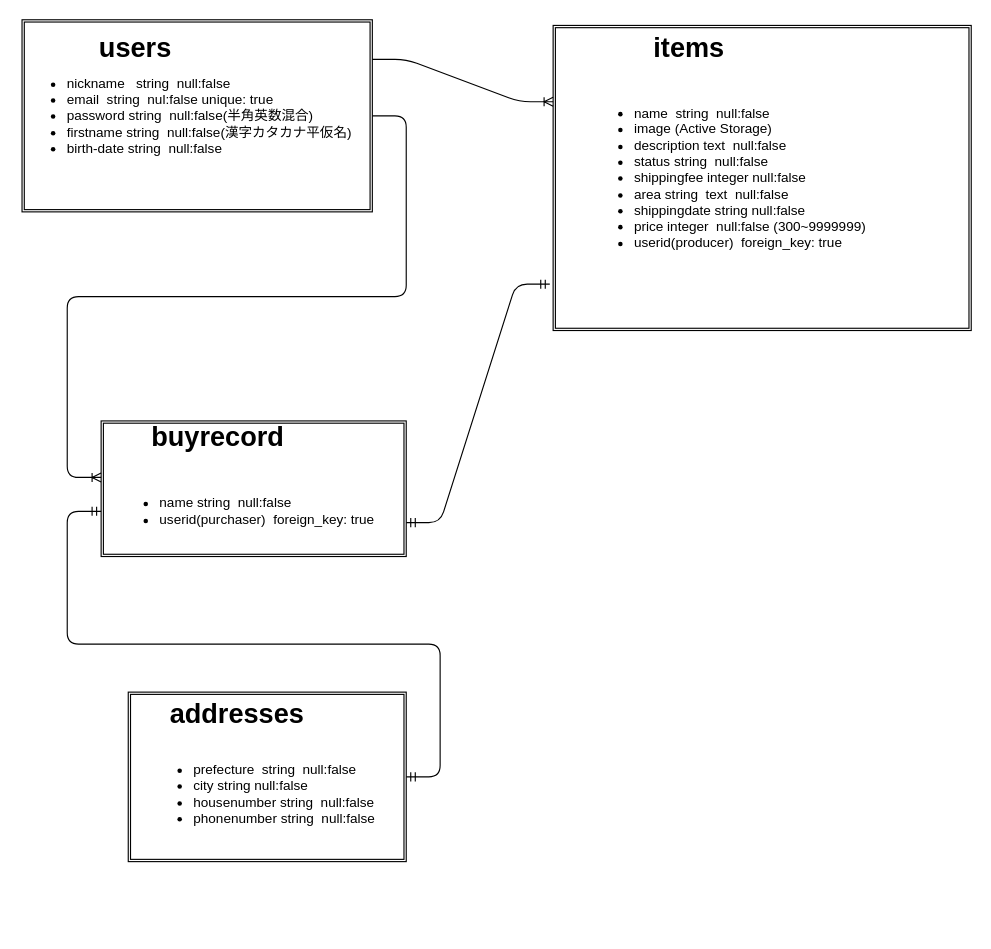
This is config/DB.dio from yurayura420/furima-33933, a draw.io file, before an edit. Source tidied: cells renumbered, new cells numbered last; positions are measured from the earlier drawing's top-left corner, leaving out a move shared by most shapes. Both pictures are drawn from the tidied source at 113%, with x=0, y=0 at pixel (19, 19).
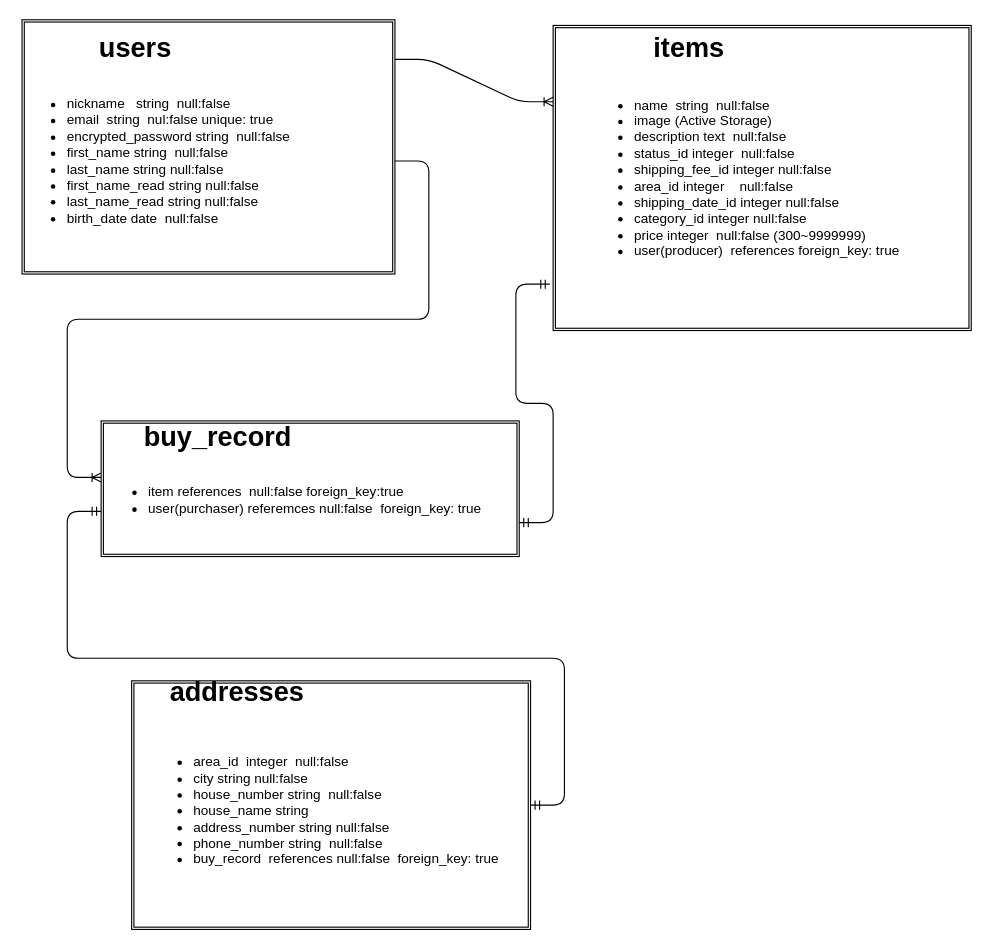
After the change.

What changed in the source:
```diff
@@
 <mxGraphModel>
   <root>
     <mxCell id="0" />
     <mxCell id="1" parent="0" />
     <mxCell id="2" style="shape=ext;double=1;rounded=0;whiteSpace=wrap;html=1;" parent="1" vertex="1">
-      <mxGeometry x="2" width="310" height="170" as="geometry" />
+      <mxGeometry x="2" width="330" height="225" as="geometry" />
     </mxCell>
     <mxCell id="3" value="users" style="text;strokeColor=none;fillColor=none;html=1;fontSize=24;fontStyle=1;verticalAlign=middle;align=center;" parent="1" vertex="1">
       <mxGeometry x="52" y="5" width="100" height="40" as="geometry" />
     </mxCell>
-    <mxCell id="4" value="&lt;ul&gt;&lt;li&gt;nickname&amp;nbsp; &amp;nbsp;string&amp;nbsp; null:false&lt;/li&gt;&lt;li&gt;email&amp;nbsp; string&amp;nbsp; nul:false unique: true&lt;/li&gt;&lt;li&gt;password string&amp;nbsp; null:false(半角英数混合)&lt;/li&gt;&lt;li&gt;firstname string&amp;nbsp; null:false(漢字カタカナ平仮名)&lt;/li&gt;&lt;li&gt;birth-date string&amp;nbsp; null:false&lt;/li&gt;&lt;/ul&gt;" style="text;strokeColor=none;fillColor=none;html=1;whiteSpace=wrap;verticalAlign=middle;overflow=hidden;" parent="1" vertex="1">
-      <mxGeometry x="-0.5" y="35" width="312.5" height="100" as="geometry" />
+    <mxCell id="4" value="&lt;ul&gt;&lt;li&gt;nickname&amp;nbsp; &amp;nbsp;string&amp;nbsp; null:false&lt;/li&gt;&lt;li&gt;email&amp;nbsp; string&amp;nbsp; nul:false unique: true&lt;/li&gt;&lt;li&gt;encrypted_password string&amp;nbsp; null:false&lt;/li&gt;&lt;li&gt;first_name string&amp;nbsp; null:false&lt;/li&gt;&lt;li&gt;last_name string null:false&lt;/li&gt;&lt;li&gt;first_name_read string null:false&lt;/li&gt;&lt;li&gt;last_name_read string null:false&lt;/li&gt;&lt;li&gt;birth_date date&amp;nbsp; null:false&lt;/li&gt;&lt;/ul&gt;" style="text;strokeColor=none;fillColor=none;html=1;whiteSpace=wrap;verticalAlign=middle;overflow=hidden;" parent="1" vertex="1">
+      <mxGeometry x="-0.5" y="35" width="332.5" height="180" as="geometry" />
     </mxCell>
     <mxCell id="5" style="shape=ext;double=1;rounded=0;whiteSpace=wrap;html=1;" parent="1" vertex="1">
       <mxGeometry x="472" y="5" width="370" height="270" as="geometry" />
     </mxCell>
     <mxCell id="6" value="items" style="text;strokeColor=none;fillColor=none;html=1;fontSize=24;fontStyle=1;verticalAlign=middle;align=center;" parent="1" vertex="1">
       <mxGeometry x="542" y="15" width="100" height="20" as="geometry" />
     </mxCell>
-    <mxCell id="7" value="&lt;ul&gt;&lt;li&gt;name&amp;nbsp; string&amp;nbsp; null:false&lt;/li&gt;&lt;li&gt;image (Active Storage)&lt;/li&gt;&lt;li&gt;description text&amp;nbsp; null:false&lt;br&gt;&lt;/li&gt;&lt;li&gt;status string&amp;nbsp; null:false&lt;/li&gt;&lt;li&gt;shippingfee integer null:false&lt;br&gt;&lt;/li&gt;&lt;li&gt;area string&amp;nbsp; text&amp;nbsp; null:false&lt;/li&gt;&lt;li&gt;shippingdate string null:false&lt;br&gt;&lt;/li&gt;&lt;li&gt;price integer&amp;nbsp; null:false (300~9999999)&lt;/li&gt;&lt;li&gt;userid(producer)&amp;nbsp; foreign_key: true&lt;/li&gt;&lt;/ul&gt;" style="text;strokeColor=none;fillColor=none;html=1;whiteSpace=wrap;verticalAlign=middle;overflow=hidden;" parent="1" vertex="1">
-      <mxGeometry x="502" y="35" width="270" height="210" as="geometry" />
+    <mxCell id="7" value="&lt;ul&gt;&lt;li&gt;name&amp;nbsp; string&amp;nbsp; null:false&lt;/li&gt;&lt;li&gt;image (Active Storage)&lt;/li&gt;&lt;li&gt;description text&amp;nbsp; null:false&lt;br&gt;&lt;/li&gt;&lt;li&gt;status_id integer&amp;nbsp; null:false&lt;/li&gt;&lt;li&gt;shipping_fee_id integer null:false&lt;br&gt;&lt;/li&gt;&lt;li&gt;area_id integer&amp;nbsp; &amp;nbsp; null:false&lt;/li&gt;&lt;li&gt;shipping_date_id integer null:false&lt;br&gt;&lt;/li&gt;&lt;li&gt;category_id integer null:false&lt;/li&gt;&lt;li&gt;price integer&amp;nbsp; null:false (300~9999999)&lt;/li&gt;&lt;li&gt;user(producer)&amp;nbsp; references foreign_key: true&lt;/li&gt;&lt;/ul&gt;" style="text;strokeColor=none;fillColor=none;html=1;whiteSpace=wrap;verticalAlign=middle;overflow=hidden;" parent="1" vertex="1">
+      <mxGeometry x="502" y="35" width="300" height="210" as="geometry" />
     </mxCell>
     <mxCell id="8" style="shape=ext;double=1;rounded=0;whiteSpace=wrap;html=1;" parent="1" vertex="1">
-      <mxGeometry x="72" y="355" width="270" height="120" as="geometry" />
+      <mxGeometry x="72" y="355" width="370" height="120" as="geometry" />
     </mxCell>
-    <mxCell id="9" value="buyrecord" style="text;strokeColor=none;fillColor=none;html=1;fontSize=24;fontStyle=1;verticalAlign=middle;align=center;" parent="1" vertex="1">
+    <mxCell id="9" value="buy_record" style="text;strokeColor=none;fillColor=none;html=1;fontSize=24;fontStyle=1;verticalAlign=middle;align=center;" parent="1" vertex="1">
       <mxGeometry x="107" y="355" width="135" height="30" as="geometry" />
     </mxCell>
-    <mxCell id="10" value="&lt;ul&gt;&lt;li&gt;name string&amp;nbsp; null:false&lt;/li&gt;&lt;li&gt;userid(purchaser)&amp;nbsp; foreign_key: true&lt;/li&gt;&lt;/ul&gt;" style="text;strokeColor=none;fillColor=none;html=1;whiteSpace=wrap;verticalAlign=middle;overflow=hidden;" parent="1" vertex="1">
-      <mxGeometry x="82" y="395" width="250" height="80" as="geometry" />
+    <mxCell id="10" value="&lt;ul&gt;&lt;li&gt;item references&amp;nbsp; null:false foreign_key:true&lt;/li&gt;&lt;li&gt;user(purchaser) referemces null:false&amp;nbsp; foreign_key: true&lt;/li&gt;&lt;/ul&gt;" style="text;strokeColor=none;fillColor=none;html=1;whiteSpace=wrap;verticalAlign=middle;overflow=hidden;" parent="1" vertex="1">
+      <mxGeometry x="72" y="385" width="350" height="80" as="geometry" />
     </mxCell>
     <mxCell id="11" style="shape=ext;double=1;rounded=0;whiteSpace=wrap;html=1;" parent="1" vertex="1">
-      <mxGeometry x="96" y="595" width="246" height="150" as="geometry" />
+      <mxGeometry x="99" y="585" width="353" height="220" as="geometry" />
     </mxCell>
     <mxCell id="12" value="addresses" style="text;strokeColor=none;fillColor=none;html=1;fontSize=24;fontStyle=1;verticalAlign=middle;align=center;" parent="1" vertex="1">
-      <mxGeometry x="142" y="595" width="100" height="40" as="geometry" />
+      <mxGeometry x="142" y="575" width="100" height="40" as="geometry" />
     </mxCell>
-    <mxCell id="13" value="&lt;ul&gt;&lt;li&gt;prefecture&amp;nbsp; string&amp;nbsp; null:false&lt;br&gt;&lt;/li&gt;&lt;li&gt;city string null:false&lt;/li&gt;&lt;li&gt;housenumber string&amp;nbsp; null:false&amp;nbsp;&lt;/li&gt;&lt;li&gt;phonenumber string&amp;nbsp; null:false&lt;/li&gt;&lt;/ul&gt;" style="text;strokeColor=none;fillColor=none;html=1;whiteSpace=wrap;verticalAlign=middle;overflow=hidden;" parent="1" vertex="1">
-      <mxGeometry x="112" y="635" width="210" height="100" as="geometry" />
+    <mxCell id="13" value="&lt;ul&gt;&lt;li&gt;area_id&amp;nbsp; integer&amp;nbsp; null:false&lt;br&gt;&lt;/li&gt;&lt;li&gt;city string null:false&lt;/li&gt;&lt;li&gt;house_number string&amp;nbsp; null:false&lt;/li&gt;&lt;li&gt;house_name string&lt;/li&gt;&lt;li&gt;address_number string null:false&lt;/li&gt;&lt;li&gt;phone_number string&amp;nbsp; null:false&lt;/li&gt;&lt;li&gt;buy_record&amp;nbsp; references null:false&amp;nbsp; foreign_key: true&lt;/li&gt;&lt;/ul&gt;" style="text;strokeColor=none;fillColor=none;html=1;whiteSpace=wrap;verticalAlign=middle;overflow=hidden;" parent="1" vertex="1">
+      <mxGeometry x="112" y="615" width="320" height="170" as="geometry" />
     </mxCell>
     <mxCell id="14" style="edgeStyle=entityRelationEdgeStyle;fontSize=12;html=1;endArrow=ERmandOne;startArrow=ERmandOne;exitX=1;exitY=0.75;exitDx=0;exitDy=0;entryX=-0.008;entryY=0.848;entryDx=0;entryDy=0;entryPerimeter=0;" parent="1" edge="1" source="8" target="5">
       <mxGeometry relative="1" as="geometry" />
     </mxCell>
     <mxCell id="15" style="edgeStyle=entityRelationEdgeStyle;fontSize=12;html=1;endArrow=ERoneToMany;" parent="1" edge="1" source="4">
       <mxGeometry relative="1" as="geometry">
         <mxPoint x="72" y="405" as="targetPoint" />
       </mxGeometry>
     </mxCell>
     <mxCell id="16" style="edgeStyle=entityRelationEdgeStyle;fontSize=12;html=1;endArrow=ERoneToMany;entryX=0;entryY=0.25;entryDx=0;entryDy=0;" parent="1" edge="1" target="5">
       <mxGeometry relative="1" as="geometry">
-        <mxPoint x="312" y="35" as="sourcePoint" />
+        <mxPoint x="332" y="35" as="sourcePoint" />
       </mxGeometry>
     </mxCell>
     <mxCell id="17" style="edgeStyle=entityRelationEdgeStyle;fontSize=12;html=1;endArrow=ERmandOne;startArrow=ERmandOne;" parent="1" edge="1" source="11">
       <mxGeometry relative="1" as="geometry">
         <mxPoint x="72" y="435" as="targetPoint" />
       </mxGeometry>
     </mxCell>
   </root>
 </mxGraphModel>
```
